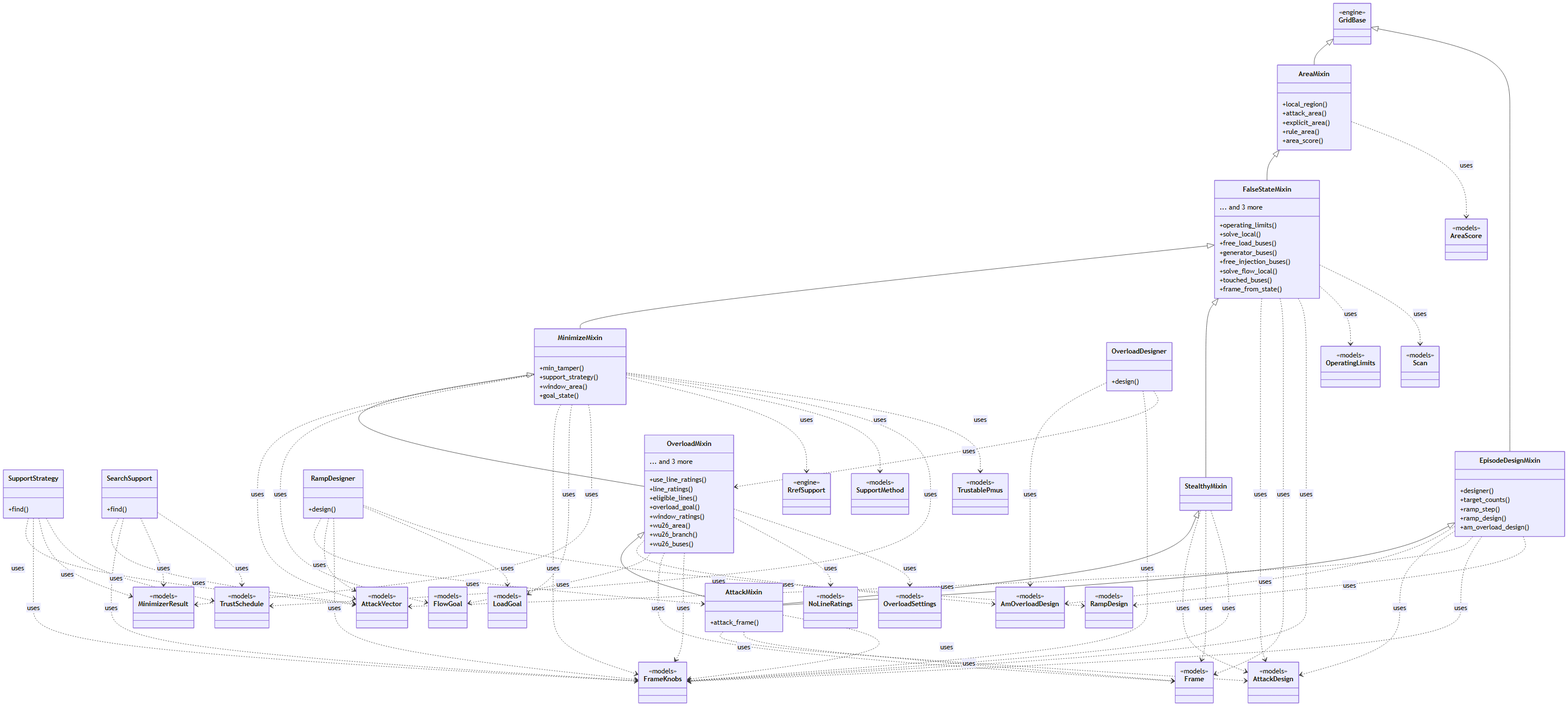
This is docs/figures/diagrams/classes_attacks.png from myersben9/fdia-graph, a Mermaid export, as it was before one commit. Its source is kept beside it as docs/figures/diagrams/classes_attacks.mmd.
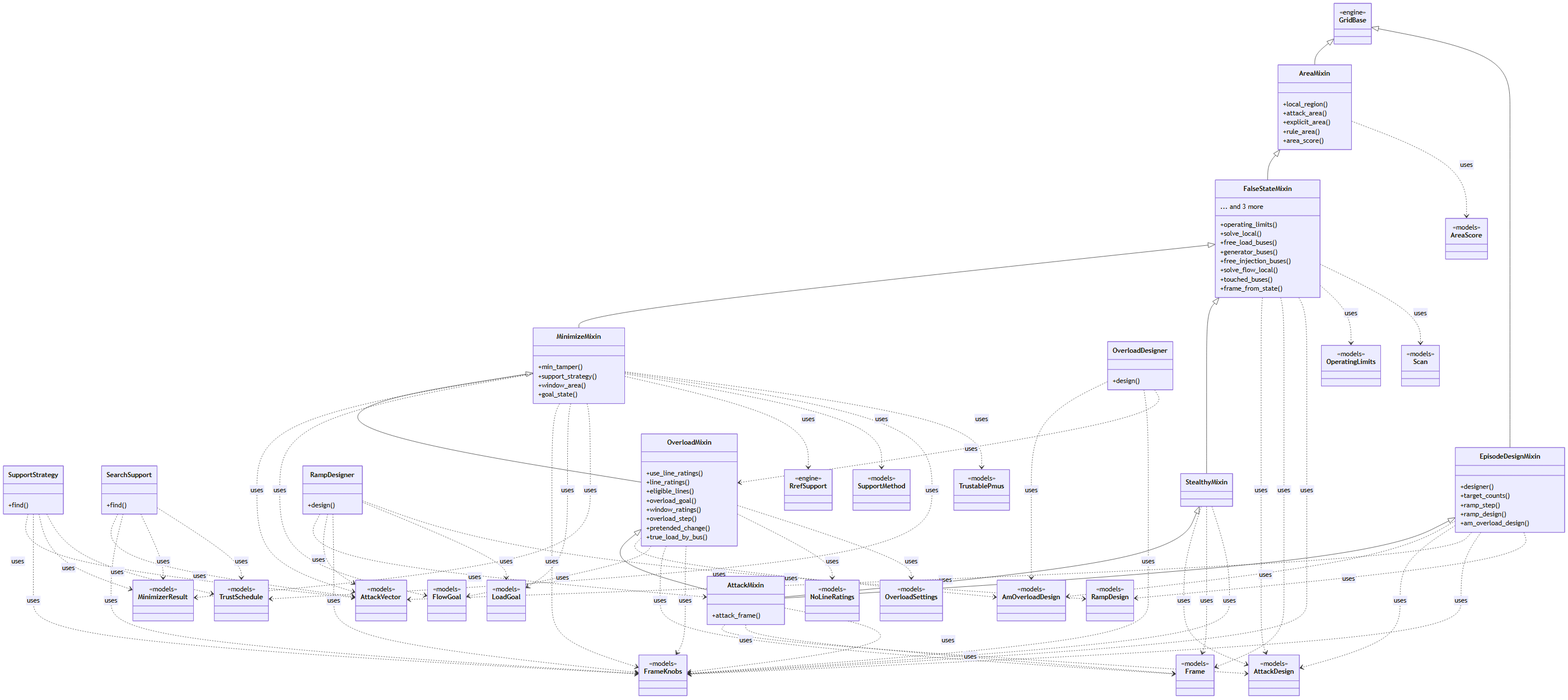
Above is the later version.

Diff of the diagram source:
```diff
@@ -35,10 +35,9 @@
         +eligible_lines()
         +overload_goal()
         +window_ratings()
-        +wu26_area()
-        +wu26_branch()
-        +wu26_buses()
-        ... and 3 more
+        +overload_step()
+        +pretended_change()
+        +true_load_by_bus()
     }
     class StealthyMixin {
     }
```
